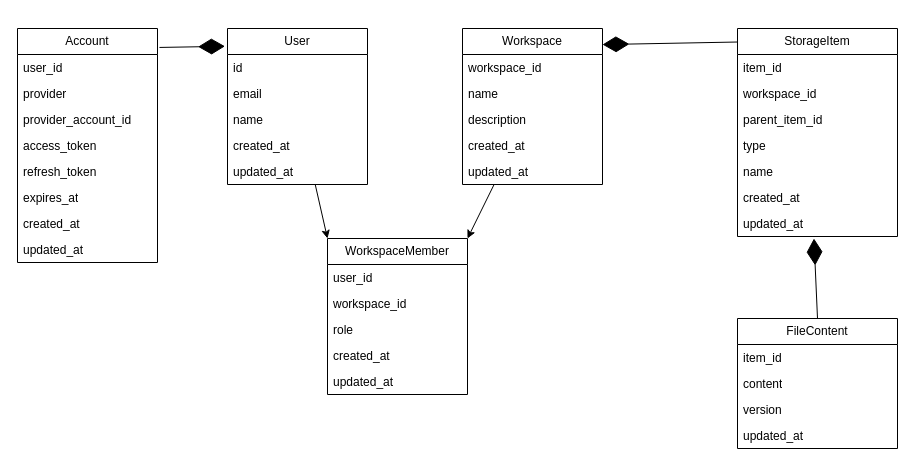
The draw.io diagram db-diagram.drawio in AyushMainali123/studysync, before the edit. Source tidied: cells renumbered, new cells numbered last; positions are measured from the earlier drawing's top-left corner, leaving out a move shared by most shapes. Both pictures are drawn from the tidied source at 100%, with x=0, y=0 at pixel (17, 28).
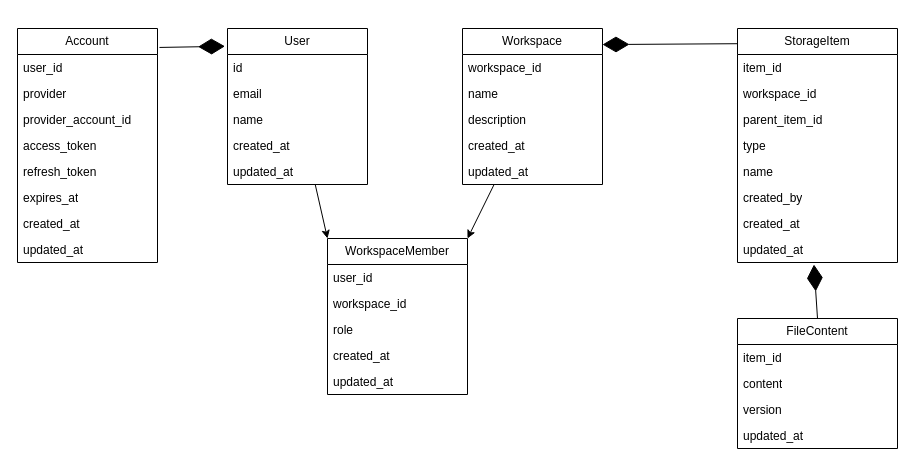
The same page after the edit.

The edit, as a diff of the source:
```diff
@@
     <mxCell id="22" value="StorageItem" style="swimlane;fontStyle=0;horizontal=1;startSize=26;fillColor=none;whiteSpace=wrap;html=1;" parent="1" vertex="1">
-      <mxGeometry x="720" width="160" height="208" as="geometry" />
+      <mxGeometry x="720" width="160" height="234" as="geometry" />
     </mxCell>
@@
+    <mxCell id="47" value="created_by" style="text;strokeColor=none;fillColor=none;align=left;verticalAlign=top;spacingLeft=4;spacingRight=4;overflow=hidden;whiteSpace=wrap;html=1;" parent="22" vertex="1">
+      <mxGeometry y="156" width="160" height="26" as="geometry" />
+    </mxCell>
     <mxCell id="28" value="created_at" style="text;strokeColor=none;fillColor=none;align=left;verticalAlign=top;spacingLeft=4;spacingRight=4;overflow=hidden;whiteSpace=wrap;html=1;" parent="22" vertex="1">
-      <mxGeometry y="156" width="160" height="26" as="geometry" />
+      <mxGeometry y="182" width="160" height="26" as="geometry" />
     </mxCell>
     <mxCell id="29" value="updated_at" style="text;strokeColor=none;fillColor=none;align=left;verticalAlign=top;spacingLeft=4;spacingRight=4;overflow=hidden;points=[[0,0.5],[1,0.5]];portConstraint=eastwest;whiteSpace=wrap;html=1;" parent="22" vertex="1">
-      <mxGeometry y="182" width="160" height="26" as="geometry" />
+      <mxGeometry y="208" width="160" height="26" as="geometry" />
     </mxCell>
```
